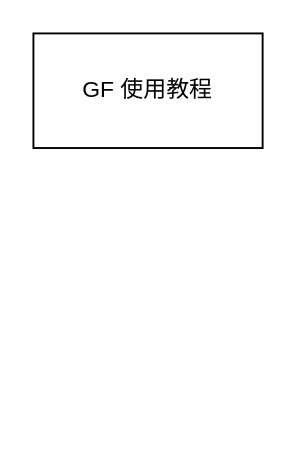
Before: GameFramework/GF 使用.drawio in xzp3094997376/DrawIO, a draw.io diagram. Source tidied: cells renumbered, new cells numbered last; positions are measured from the earlier drawing's top-left corner, leaving out a move shared by most shapes. Both pictures are drawn from the tidied source at 191%, with x=0, y=0 at pixel (32, 32).
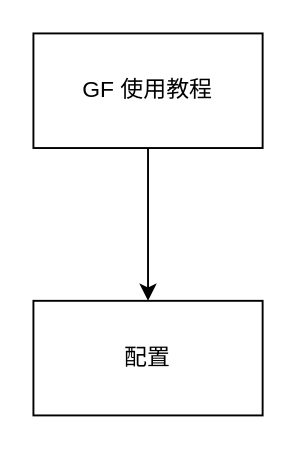
Above is the later version.

What changed in the source:
```diff
@@
 <mxGraphModel>
   <root>
     <mxCell id="0" />
     <mxCell id="1" parent="0" />
+    <mxCell id="3" style="edgeStyle=orthogonalEdgeStyle;rounded=0;jettySize=auto;html=1;" parent="1" edge="1" source="2" target="4">
+      <mxGeometry relative="1" as="geometry" />
+    </mxCell>
     <mxCell id="2" value="GF 使用教程" style="whiteSpace=wrap;html=1;" parent="1" vertex="1">
       <mxGeometry width="120" height="60" as="geometry" />
     </mxCell>
+    <mxCell id="4" value="配置&lt;br&gt;" style="whiteSpace=wrap;html=1;" parent="1" vertex="1">
+      <mxGeometry y="140" width="120" height="60" as="geometry" />
+    </mxCell>
   </root>
 </mxGraphModel>
```
